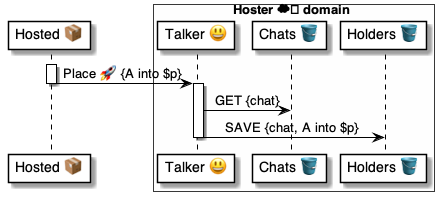
Earlier version of the PlantUML export 4 ⚙️ Solution/35 💬 Chats/😃 Talkers/😃🅰️ Talker methods/Place 🧑‍💻🚀😃/😃 Place ⚙️ uml.png (pollyweb-org/pollyweb-docs). Its source is kept beside it as 4 ⚙️ Solution/35 💬 Chats/😃 Talkers/😃🅰️ Talker methods/Place 🧑‍💻🚀😃/😃 Place ⚙️ uml.puml.
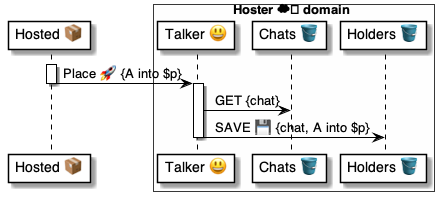
After the commit.

The edit, as a diff of the source:
```diff
@@ -15,7 +15,7 @@
 
 activate talker
     talker -> chats: GET {chat}
-    talker -> holders: SAVE {chat, A into $p}
+    talker -> holders: SAVE 💾 {chat, A into $p}
 deactivate talker
 
 @enduml
```
